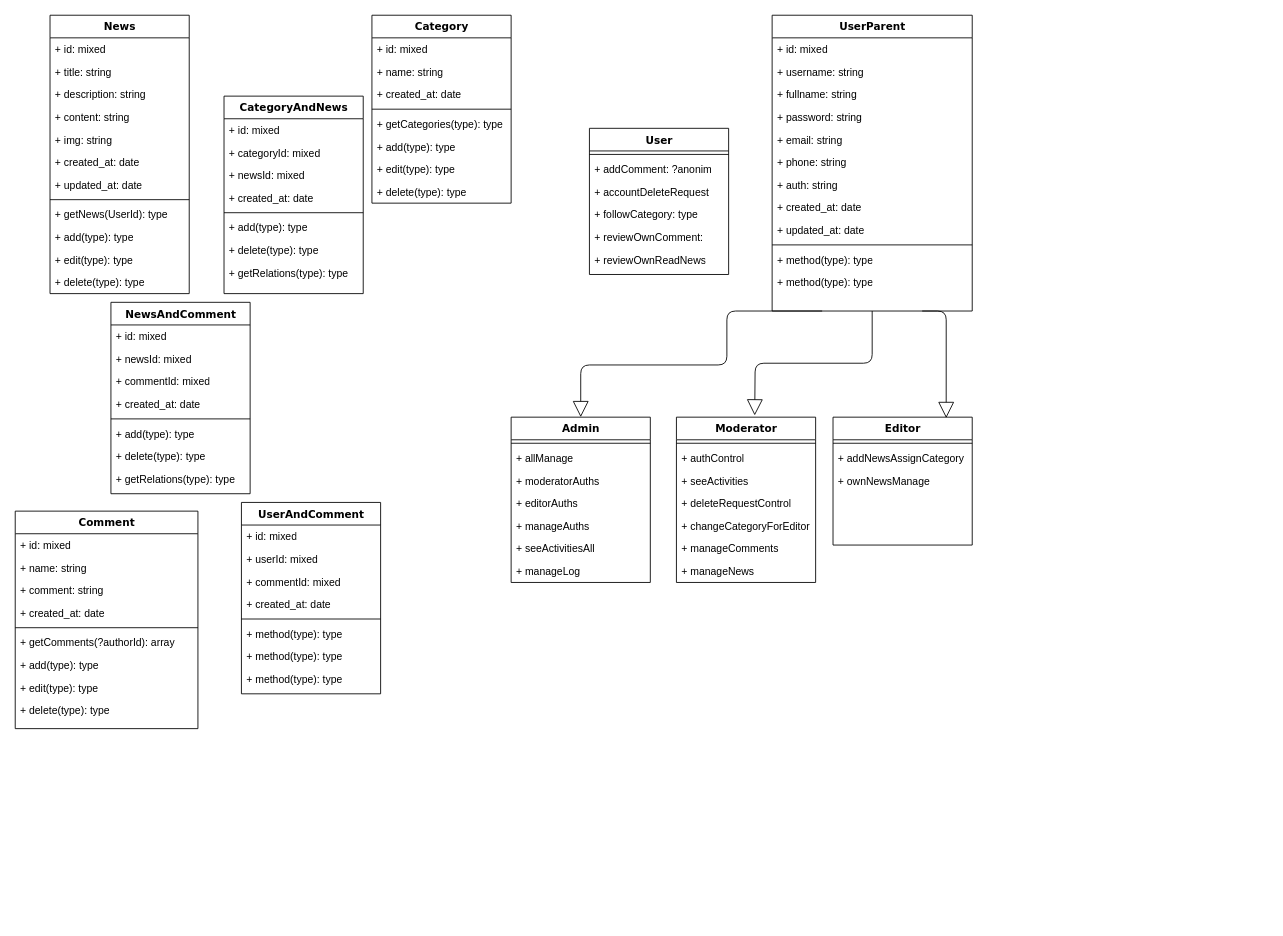
The draw.io diagram Class Diagram.drawio in hasanuyanik/news-web-app, before the edit. Source tidied: cells renumbered, new cells numbered last; positions are measured from the earlier drawing's top-left corner, leaving out a move shared by most shapes. Both pictures are drawn from the tidied source at 87%, with x=0, y=0 at pixel (15, 15).
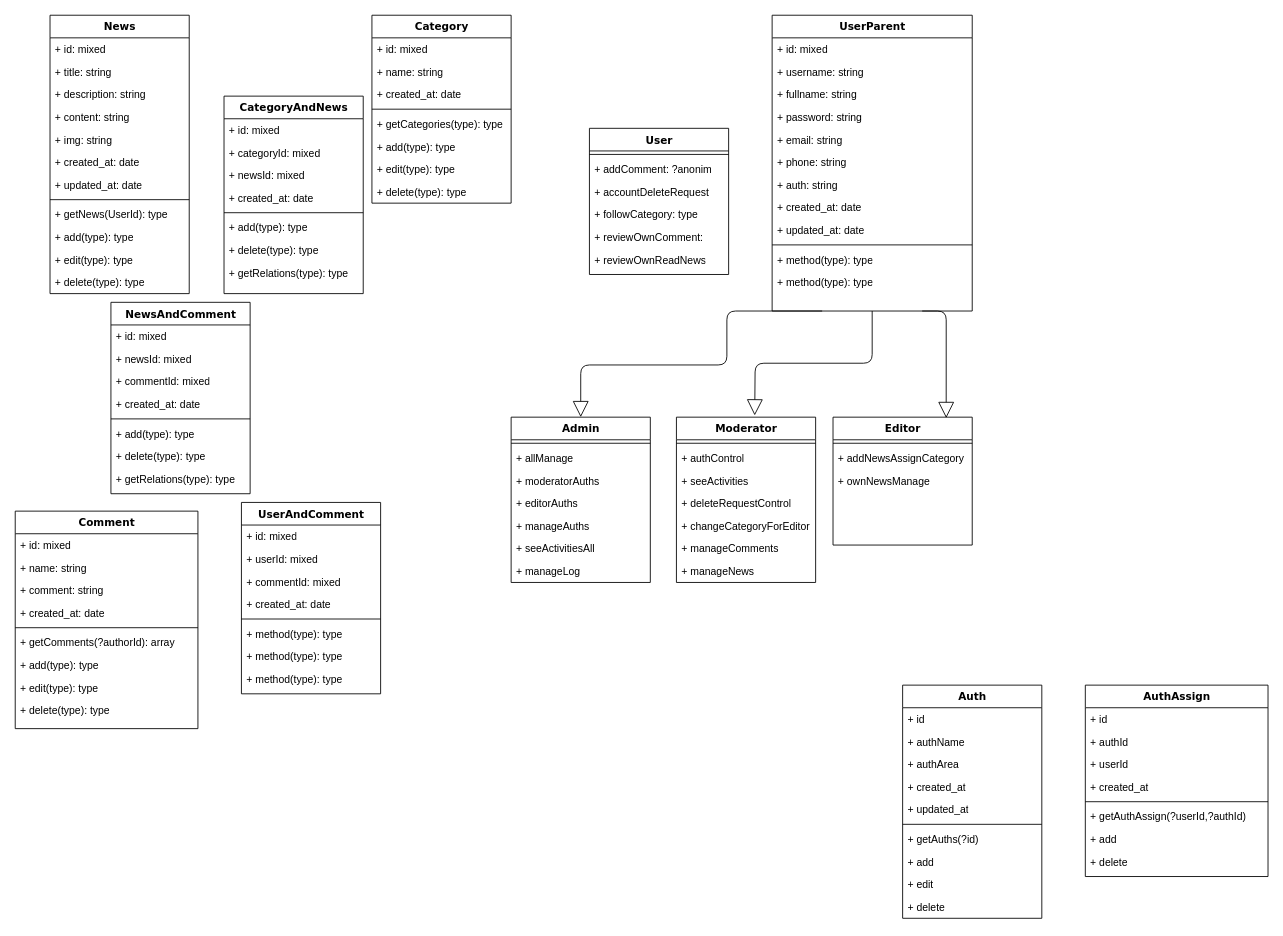
Above is the later version.

What changed in the source:
```diff
@@
+    <mxCell id="104" value="Auth" style="swimlane;html=1;fontStyle=1;align=center;verticalAlign=top;horizontal=1;startSize=26;swimlaneFillColor=#ffffff;rounded=0;shadow=0;comic=0;labelBackgroundColor=none;strokeWidth=1;fillColor=none;fontFamily=Verdana;fontSize=12;" parent="1" vertex="1">
+      <mxGeometry x="1020" y="770" width="160" height="268" as="geometry" />
+    </mxCell>
+    <mxCell id="105" value="+ id" style="text;html=1;strokeColor=none;fillColor=none;align=left;verticalAlign=top;spacingLeft=4;spacingRight=4;whiteSpace=wrap;overflow=hidden;" parent="104" vertex="1">
+      <mxGeometry y="26" width="160" height="26" as="geometry" />
+    </mxCell>
+    <mxCell id="106" value="+ authName" style="text;html=1;strokeColor=none;fillColor=none;align=left;verticalAlign=top;spacingLeft=4;spacingRight=4;whiteSpace=wrap;overflow=hidden;" parent="104" vertex="1">
+      <mxGeometry y="52" width="160" height="26" as="geometry" />
+    </mxCell>
+    <mxCell id="107" value="+ authArea" style="text;html=1;strokeColor=none;fillColor=none;align=left;verticalAlign=top;spacingLeft=4;spacingRight=4;whiteSpace=wrap;overflow=hidden;" parent="104" vertex="1">
+      <mxGeometry y="78" width="160" height="26" as="geometry" />
+    </mxCell>
+    <mxCell id="108" value="+ created_at" style="text;html=1;strokeColor=none;fillColor=none;align=left;verticalAlign=top;spacingLeft=4;spacingRight=4;whiteSpace=wrap;overflow=hidden;" parent="104" vertex="1">
+      <mxGeometry y="104" width="160" height="26" as="geometry" />
+    </mxCell>
+    <mxCell id="109" value="+ updated_at" style="text;html=1;strokeColor=none;fillColor=none;align=left;verticalAlign=top;spacingLeft=4;spacingRight=4;whiteSpace=wrap;overflow=hidden;" parent="104" vertex="1">
+      <mxGeometry y="130" width="160" height="26" as="geometry" />
+    </mxCell>
+    <mxCell id="110" style="line;html=1;strokeWidth=1;fillColor=none;align=left;verticalAlign=middle;spacingTop=-1;spacingLeft=3;spacingRight=3;labelPosition=right;" parent="104" vertex="1">
+      <mxGeometry y="156" width="160" height="8" as="geometry" />
+    </mxCell>
+    <mxCell id="111" value="+ getAuths(?id)" style="text;html=1;strokeColor=none;fillColor=none;align=left;verticalAlign=top;spacingLeft=4;spacingRight=4;whiteSpace=wrap;overflow=hidden;" parent="104" vertex="1">
+      <mxGeometry y="164" width="160" height="26" as="geometry" />
+    </mxCell>
+    <mxCell id="112" value="+ add" style="text;html=1;strokeColor=none;fillColor=none;align=left;verticalAlign=top;spacingLeft=4;spacingRight=4;whiteSpace=wrap;overflow=hidden;" parent="104" vertex="1">
+      <mxGeometry y="190" width="160" height="26" as="geometry" />
+    </mxCell>
+    <mxCell id="113" value="+ edit" style="text;html=1;strokeColor=none;fillColor=none;align=left;verticalAlign=top;spacingLeft=4;spacingRight=4;whiteSpace=wrap;overflow=hidden;" parent="104" vertex="1">
+      <mxGeometry y="216" width="160" height="26" as="geometry" />
+    </mxCell>
+    <mxCell id="114" value="+ delete" style="text;html=1;strokeColor=none;fillColor=none;align=left;verticalAlign=top;spacingLeft=4;spacingRight=4;whiteSpace=wrap;overflow=hidden;" parent="104" vertex="1">
+      <mxGeometry y="242" width="160" height="26" as="geometry" />
+    </mxCell>
+    <mxCell id="115" value="AuthAssign" style="swimlane;html=1;fontStyle=1;align=center;verticalAlign=top;horizontal=1;startSize=26;swimlaneFillColor=#ffffff;rounded=0;shadow=0;comic=0;labelBackgroundColor=none;strokeWidth=1;fillColor=none;fontFamily=Verdana;fontSize=12;" parent="1" vertex="1">
+      <mxGeometry x="1230" y="770" width="210" height="220" as="geometry" />
+    </mxCell>
+    <mxCell id="116" value="+ id" style="text;html=1;strokeColor=none;fillColor=none;align=left;verticalAlign=top;spacingLeft=4;spacingRight=4;whiteSpace=wrap;overflow=hidden;" parent="115" vertex="1">
+      <mxGeometry y="26" width="210" height="26" as="geometry" />
+    </mxCell>
+    <mxCell id="117" value="+ authId" style="text;html=1;strokeColor=none;fillColor=none;align=left;verticalAlign=top;spacingLeft=4;spacingRight=4;whiteSpace=wrap;overflow=hidden;" parent="115" vertex="1">
+      <mxGeometry y="52" width="210" height="26" as="geometry" />
+    </mxCell>
+    <mxCell id="118" value="+ userId" style="text;html=1;strokeColor=none;fillColor=none;align=left;verticalAlign=top;spacingLeft=4;spacingRight=4;whiteSpace=wrap;overflow=hidden;" parent="115" vertex="1">
+      <mxGeometry y="78" width="210" height="26" as="geometry" />
+    </mxCell>
+    <mxCell id="119" value="+ created_at" style="text;html=1;strokeColor=none;fillColor=none;align=left;verticalAlign=top;spacingLeft=4;spacingRight=4;whiteSpace=wrap;overflow=hidden;" parent="115" vertex="1">
+      <mxGeometry y="104" width="210" height="26" as="geometry" />
+    </mxCell>
+    <mxCell id="120" style="line;html=1;strokeWidth=1;fillColor=none;align=left;verticalAlign=middle;spacingTop=-1;spacingLeft=3;spacingRight=3;labelPosition=right;" parent="115" vertex="1">
+      <mxGeometry y="130" width="210" height="8" as="geometry" />
+    </mxCell>
+    <mxCell id="121" value="+ getAuthAssign(?userId,?authId)" style="text;html=1;strokeColor=none;fillColor=none;align=left;verticalAlign=top;spacingLeft=4;spacingRight=4;whiteSpace=wrap;overflow=hidden;" parent="115" vertex="1">
+      <mxGeometry y="138" width="210" height="26" as="geometry" />
+    </mxCell>
+    <mxCell id="122" value="+ add" style="text;html=1;strokeColor=none;fillColor=none;align=left;verticalAlign=top;spacingLeft=4;spacingRight=4;whiteSpace=wrap;overflow=hidden;" parent="115" vertex="1">
+      <mxGeometry y="164" width="210" height="26" as="geometry" />
+    </mxCell>
+    <mxCell id="123" value="+ delete" style="text;html=1;strokeColor=none;fillColor=none;align=left;verticalAlign=top;spacingLeft=4;spacingRight=4;whiteSpace=wrap;overflow=hidden;" parent="115" vertex="1">
+      <mxGeometry y="190" width="210" height="26" as="geometry" />
+    </mxCell>
```
